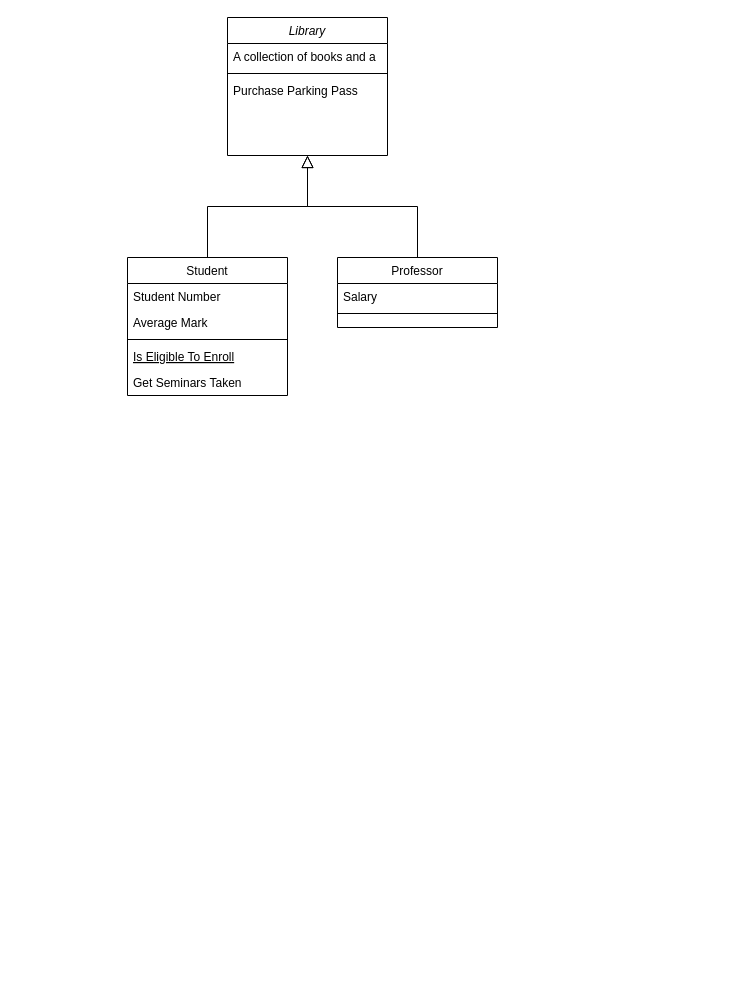
Above: Untitled Diagram.drawio in USB-IBCS-2425/Brawny_Proposal (draw.io), before the change. Source tidied: cells renumbered, new cells numbered last; positions are measured from the earlier drawing's top-left corner, leaving out a move shared by most shapes. Both pictures are drawn from the tidied source at 100%, with x=0, y=0 at pixel (127, 17).
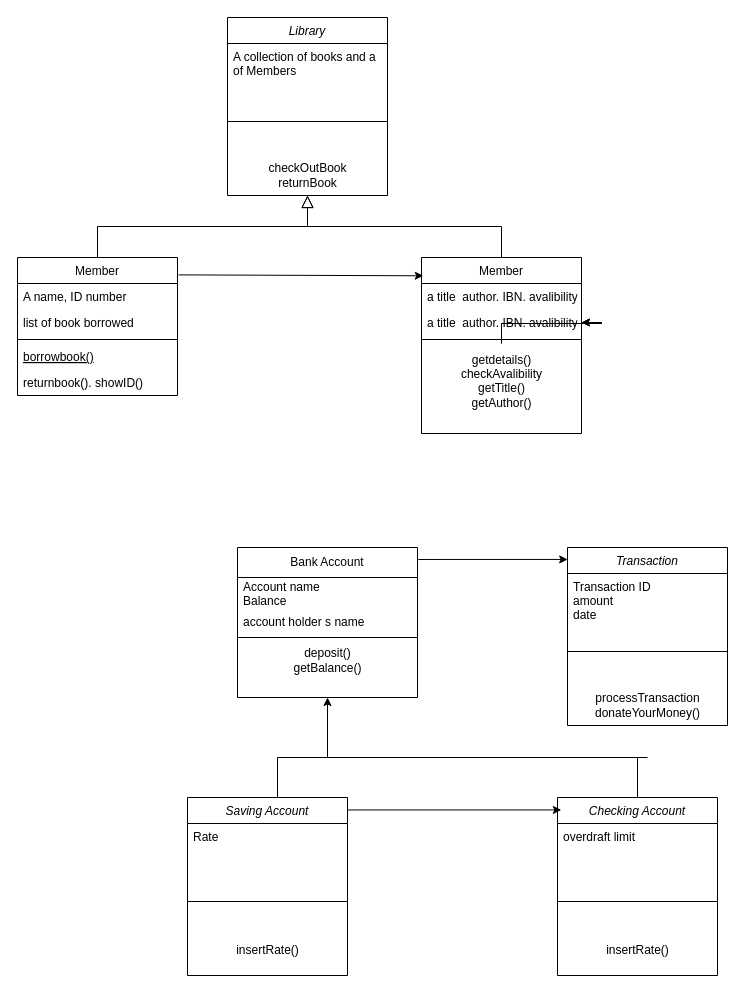
The same diagram, later.

The edit, as a diff of the source:
```diff
@@
     <mxCell id="2" value="Library" style="swimlane;fontStyle=2;align=center;verticalAlign=top;horizontal=1;startSize=26;rounded=0;shadow=0;strokeWidth=1;" parent="1" vertex="1">
-      <mxGeometry x="100" width="160" height="138" as="geometry" />
+      <mxGeometry x="100" width="160" height="178" as="geometry" />
     </mxCell>
-    <mxCell id="3" value="A collection of books and a &#10;" style="text;align=left;verticalAlign=top;spacingLeft=4;spacingRight=4;overflow=hidden;" parent="2" vertex="1">
-      <mxGeometry y="26" width="160" height="26" as="geometry" />
+    <mxCell id="3" value="A collection of books and a &#10;of Members" style="text;align=left;verticalAlign=top;spacingLeft=4;spacingRight=4;overflow=hidden;" parent="2" vertex="1">
+      <mxGeometry y="26" width="160" height="44" as="geometry" />
     </mxCell>
     <mxCell id="4" style="line;html=1;strokeWidth=1;align=left;verticalAlign=middle;spacingTop=-1;spacingLeft=3;spacingRight=3;labelPosition=right;" parent="2" vertex="1">
-      <mxGeometry y="52" width="160" height="8" as="geometry" />
+      <mxGeometry y="70" width="160" height="68" as="geometry" />
     </mxCell>
-    <mxCell id="5" value="Purchase Parking Pass" style="text;align=left;verticalAlign=top;spacingLeft=4;spacingRight=4;overflow=hidden;" parent="2" vertex="1">
-      <mxGeometry y="60" width="160" height="26" as="geometry" />
-    </mxCell>
+    <mxCell id="17" value="checkOutBook&lt;br&gt;returnBook" style="text;html=1;align=center;verticalAlign=middle;strokeColor=none;fillColor=none;" parent="2" vertex="1">
+      <mxGeometry y="138" width="160" height="40" as="geometry" />
+    </mxCell>
-    <mxCell id="6" value="Student" style="swimlane;fontStyle=0;align=center;verticalAlign=top;horizontal=1;startSize=26;rounded=0;shadow=0;strokeWidth=1;" parent="1" vertex="1">
-      <mxGeometry y="240" width="160" height="138" as="geometry" />
+    <mxCell id="6" value="Member" style="swimlane;fontStyle=0;align=center;verticalAlign=top;horizontal=1;startSize=26;rounded=0;shadow=0;strokeWidth=1;" parent="1" vertex="1">
+      <mxGeometry x="-110" y="240" width="160" height="138" as="geometry" />
     </mxCell>
-    <mxCell id="7" value="Student Number" style="text;align=left;verticalAlign=top;spacingLeft=4;spacingRight=4;overflow=hidden;" parent="6" vertex="1">
+    <mxCell id="7" value="A name, ID number" style="text;align=left;verticalAlign=top;spacingLeft=4;spacingRight=4;overflow=hidden;" parent="6" vertex="1">
       <mxGeometry y="26" width="160" height="26" as="geometry" />
     </mxCell>
-    <mxCell id="8" value="Average Mark" style="text;align=left;verticalAlign=top;spacingLeft=4;spacingRight=4;overflow=hidden;rounded=0;shadow=0;html=0;" parent="6" vertex="1">
+    <mxCell id="8" value="list of book borrowed" style="text;align=left;verticalAlign=top;spacingLeft=4;spacingRight=4;overflow=hidden;rounded=0;shadow=0;html=0;" parent="6" vertex="1">
       <mxGeometry y="52" width="160" height="26" as="geometry" />
     </mxCell>
@@
-    <mxCell id="10" value="Is Eligible To Enroll" style="text;align=left;verticalAlign=top;spacingLeft=4;spacingRight=4;overflow=hidden;fontStyle=4;" parent="6" vertex="1">
+    <mxCell id="10" value="borrowbook()&#10;" style="text;align=left;verticalAlign=top;spacingLeft=4;spacingRight=4;overflow=hidden;fontStyle=4;" parent="6" vertex="1">
       <mxGeometry y="86" width="160" height="26" as="geometry" />
     </mxCell>
-    <mxCell id="11" value="Get Seminars Taken" style="text;align=left;verticalAlign=top;spacingLeft=4;spacingRight=4;overflow=hidden;" parent="6" vertex="1">
+    <mxCell id="11" value="returnbook(). showID()" style="text;align=left;verticalAlign=top;spacingLeft=4;spacingRight=4;overflow=hidden;" parent="6" vertex="1">
       <mxGeometry y="112" width="160" height="26" as="geometry" />
     </mxCell>
@@
-    <mxCell id="13" value="Professor" style="swimlane;fontStyle=0;align=center;verticalAlign=top;horizontal=1;startSize=26;rounded=0;shadow=0;strokeWidth=1;" parent="1" vertex="1">
-      <mxGeometry x="210" y="240" width="160" height="70" as="geometry" />
+    <mxCell id="13" value="Member" style="swimlane;fontStyle=0;align=center;verticalAlign=top;horizontal=1;startSize=26;rounded=0;shadow=0;strokeWidth=1;" parent="1" vertex="1">
+      <mxGeometry x="294" y="240" width="160" height="176" as="geometry" />
     </mxCell>
+    <mxCell id="18" value="a title  author. IBN. avalibility" style="text;align=left;verticalAlign=top;spacingLeft=4;spacingRight=4;overflow=hidden;" parent="13" vertex="1">
+      <mxGeometry y="26" width="160" height="26" as="geometry" />
+    </mxCell>
-    <mxCell id="14" value="Salary" style="text;align=left;verticalAlign=top;spacingLeft=4;spacingRight=4;overflow=hidden;points=[[0,0.5],[1,0.5]];portConstraint=eastwest;" parent="13" vertex="1">
-      <mxGeometry y="26" width="160" height="26" as="geometry" />
+    <mxCell id="14" value="a title  author. IBN. avalibility" style="text;align=left;verticalAlign=top;spacingLeft=4;spacingRight=4;overflow=hidden;points=[[0,0.5],[1,0.5]];portConstraint=eastwest;" parent="13" vertex="1">
+      <mxGeometry y="52" width="160" height="26" as="geometry" />
     </mxCell>
     <mxCell id="15" style="line;html=1;strokeWidth=1;align=left;verticalAlign=middle;spacingTop=-1;spacingLeft=3;spacingRight=3;labelPosition=right;" parent="13" vertex="1">
-      <mxGeometry y="52" width="160" height="8" as="geometry" />
+      <mxGeometry y="78" width="160" height="8" as="geometry" />
     </mxCell>
+    <mxCell id="19" style="edgeStyle=orthogonalEdgeStyle;rounded=0;jettySize=auto;html=1;" parent="13" edge="1" source="21" target="14">
+      <mxGeometry relative="1" as="geometry" />
+    </mxCell>
+    <mxCell id="20" style="edgeStyle=orthogonalEdgeStyle;rounded=0;jettySize=auto;html=1;" parent="13" edge="1" source="21" target="14">
+      <mxGeometry relative="1" as="geometry" />
+    </mxCell>
+    <mxCell id="21" value="getdetails()&lt;div&gt;checkAvalibility&lt;/div&gt;&lt;div&gt;getTitle()&lt;/div&gt;&lt;div&gt;getAuthor()&lt;/div&gt;&lt;div&gt;&lt;br&gt;&lt;/div&gt;" style="text;html=1;align=center;verticalAlign=middle;points=[];strokeColor=none;fillColor=none;" parent="13" vertex="1">
+      <mxGeometry y="86" width="160" height="90" as="geometry" />
+    </mxCell>
@@
+    <mxCell id="22" style="endArrow=classic;html=1;rounded=0;exitX=1.007;exitY=0.126;exitDx=0;exitDy=0;exitPerimeter=0;entryX=0.011;entryY=0.104;entryDx=0;entryDy=0;entryPerimeter=0;" parent="1" edge="1" source="6" target="13">
+      <mxGeometry relative="1" as="geometry" />
+    </mxCell>
+    <mxCell id="23" value="Bank Account" style="swimlane;fontStyle=0;horizontal=1;startSize=30;whiteSpace=wrap;html=1;" parent="1" vertex="1">
+      <mxGeometry x="110" y="530" width="180" height="90" as="geometry" />
+    </mxCell>
+    <mxCell id="24" value="Account name&lt;div&gt;Balance&lt;/div&gt;" style="text;strokeColor=none;fillColor=none;align=left;verticalAlign=middle;spacingLeft=4;spacingRight=4;overflow=hidden;whiteSpace=wrap;html=1;" parent="23" vertex="1">
+      <mxGeometry y="30" width="180" height="30" as="geometry" />
+    </mxCell>
+    <mxCell id="25" value="account holder s name" style="text;strokeColor=none;fillColor=none;align=left;verticalAlign=middle;spacingLeft=4;spacingRight=4;overflow=hidden;whiteSpace=wrap;html=1;" parent="23" vertex="1">
+      <mxGeometry y="60" width="180" height="30" as="geometry" />
+    </mxCell>
+    <mxCell id="26" value="Transaction" style="swimlane;fontStyle=2;align=center;verticalAlign=top;horizontal=1;startSize=26;rounded=0;shadow=0;strokeWidth=1;" parent="1" vertex="1">
+      <mxGeometry x="440" y="530" width="160" height="178" as="geometry" />
+    </mxCell>
+    <mxCell id="27" value="Transaction ID&#10;amount&#10;date" style="text;align=left;verticalAlign=top;spacingLeft=4;spacingRight=4;overflow=hidden;" parent="26" vertex="1">
+      <mxGeometry y="26" width="160" height="44" as="geometry" />
+    </mxCell>
+    <mxCell id="28" style="line;html=1;strokeWidth=1;align=left;verticalAlign=middle;spacingTop=-1;spacingLeft=3;spacingRight=3;labelPosition=right;" parent="26" vertex="1">
+      <mxGeometry y="70" width="160" height="68" as="geometry" />
+    </mxCell>
+    <mxCell id="29" value="processTransaction&lt;div&gt;donateYourMoney()&lt;/div&gt;" style="text;html=1;align=center;verticalAlign=middle;strokeColor=none;fillColor=none;" parent="26" vertex="1">
+      <mxGeometry y="138" width="160" height="40" as="geometry" />
+    </mxCell>
+    <mxCell id="30" style="swimlane;startSize=0;" parent="1" vertex="1">
+      <mxGeometry x="110" y="620" width="180" height="60" as="geometry" />
+    </mxCell>
+    <mxCell id="31" value="deposit()&lt;div&gt;getBalance()&lt;/div&gt;" style="text;html=1;align=center;verticalAlign=middle;strokeColor=none;fillColor=none;" parent="1" vertex="1">
+      <mxGeometry x="155" y="623" width="90" height="40" as="geometry" />
+    </mxCell>
+    <mxCell id="32" style="endArrow=classic;html=1;rounded=0;entryX=0.001;entryY=0.067;entryDx=0;entryDy=0;entryPerimeter=0;exitX=1.004;exitY=0.133;exitDx=0;exitDy=0;exitPerimeter=0;" parent="1" edge="1" source="23" target="26">
+      <mxGeometry relative="1" as="geometry" />
+    </mxCell>
+    <mxCell id="33" value="Saving Account" style="swimlane;fontStyle=2;align=center;verticalAlign=top;horizontal=1;startSize=26;rounded=0;shadow=0;strokeWidth=1;" parent="1" vertex="1">
+      <mxGeometry x="60" y="780" width="160" height="178" as="geometry" />
+    </mxCell>
+    <mxCell id="34" value="Rate" style="text;align=left;verticalAlign=top;spacingLeft=4;spacingRight=4;overflow=hidden;" parent="33" vertex="1">
+      <mxGeometry y="26" width="160" height="44" as="geometry" />
+    </mxCell>
+    <mxCell id="35" style="line;html=1;strokeWidth=1;align=left;verticalAlign=middle;spacingTop=-1;spacingLeft=3;spacingRight=3;labelPosition=right;" parent="33" vertex="1">
+      <mxGeometry y="70" width="160" height="68" as="geometry" />
+    </mxCell>
+    <mxCell id="36" value="insertRate()" style="text;html=1;align=center;verticalAlign=middle;strokeColor=none;fillColor=none;" parent="33" vertex="1">
+      <mxGeometry y="138" width="160" height="30" as="geometry" />
+    </mxCell>
+    <mxCell id="37" value="Checking Account" style="swimlane;fontStyle=2;align=center;verticalAlign=top;horizontal=1;startSize=26;rounded=0;shadow=0;strokeWidth=1;" parent="1" vertex="1">
+      <mxGeometry x="430" y="780" width="160" height="178" as="geometry" />
+    </mxCell>
+    <mxCell id="38" value="overdraft limit" style="text;align=left;verticalAlign=top;spacingLeft=4;spacingRight=4;overflow=hidden;" parent="37" vertex="1">
+      <mxGeometry y="26" width="160" height="44" as="geometry" />
+    </mxCell>
+    <mxCell id="39" style="line;html=1;strokeWidth=1;align=left;verticalAlign=middle;spacingTop=-1;spacingLeft=3;spacingRight=3;labelPosition=right;" parent="37" vertex="1">
+      <mxGeometry y="70" width="160" height="68" as="geometry" />
+    </mxCell>
+    <mxCell id="40" value="insertRate()" style="text;html=1;align=center;verticalAlign=middle;strokeColor=none;fillColor=none;" parent="37" vertex="1">
+      <mxGeometry y="138" width="160" height="30" as="geometry" />
+    </mxCell>
+    <mxCell id="41" style="endArrow=classic;html=1;rounded=0;entryX=0.024;entryY=0.07;entryDx=0;entryDy=0;entryPerimeter=0;exitX=1.001;exitY=0.07;exitDx=0;exitDy=0;exitPerimeter=0;" parent="1" edge="1" source="33" target="37">
+      <mxGeometry relative="1" as="geometry" />
+    </mxCell>
+    <mxCell id="42" style="endArrow=none;html=1;rounded=0;" parent="1" edge="1">
+      <mxGeometry relative="1" as="geometry">
+        <mxPoint x="150" y="780" as="sourcePoint" />
+        <mxPoint x="150" y="740" as="targetPoint" />
+      </mxGeometry>
+    </mxCell>
+    <mxCell id="43" style="endArrow=none;html=1;rounded=0;" parent="1" edge="1">
+      <mxGeometry relative="1" as="geometry">
+        <mxPoint x="150" y="740" as="sourcePoint" />
+        <mxPoint x="520" y="740" as="targetPoint" />
+      </mxGeometry>
+    </mxCell>
+    <mxCell id="44" style="endArrow=none;html=1;rounded=0;exitX=0.5;exitY=0;exitDx=0;exitDy=0;" parent="1" edge="1" source="37">
+      <mxGeometry relative="1" as="geometry">
+        <mxPoint x="510" y="740" as="targetPoint" />
+      </mxGeometry>
+    </mxCell>
+    <mxCell id="45" style="endArrow=classic;html=1;rounded=0;entryX=0.5;entryY=1;entryDx=0;entryDy=0;" parent="1" edge="1" target="30">
+      <mxGeometry relative="1" as="geometry">
+        <mxPoint x="200" y="740" as="sourcePoint" />
+      </mxGeometry>
+    </mxCell>
```
